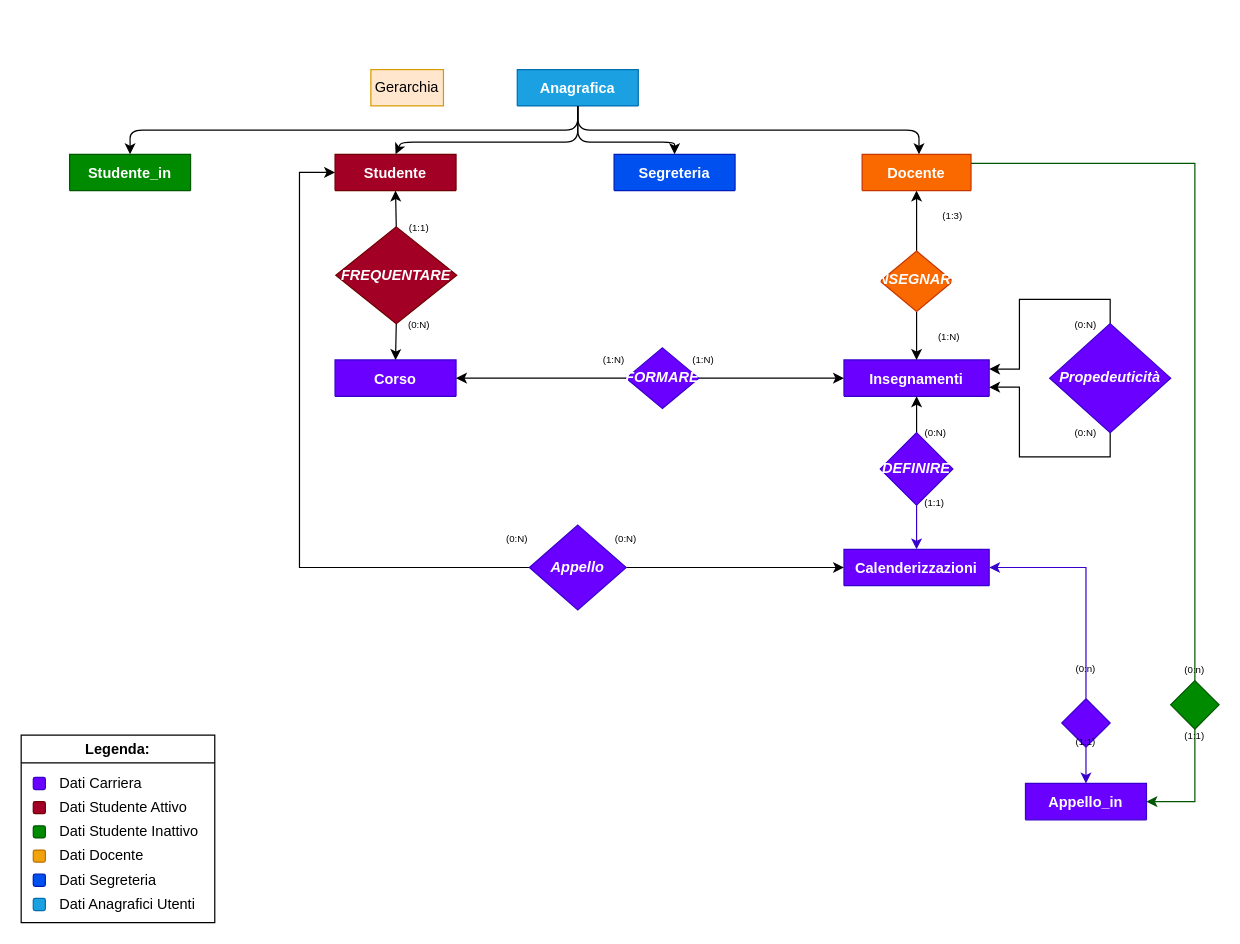
SirFuryy/BDLAB keeps this draw.io diagram as Diagramma E-R BDLAB.drawio. Above is the earlier version. Source tidied: cells renumbered, new cells numbered last; positions are measured from the earlier drawing's top-left corner, leaving out a move shared by most shapes. Both pictures are drawn from the tidied source at 121%, with x=0, y=0 at pixel (21, 69).
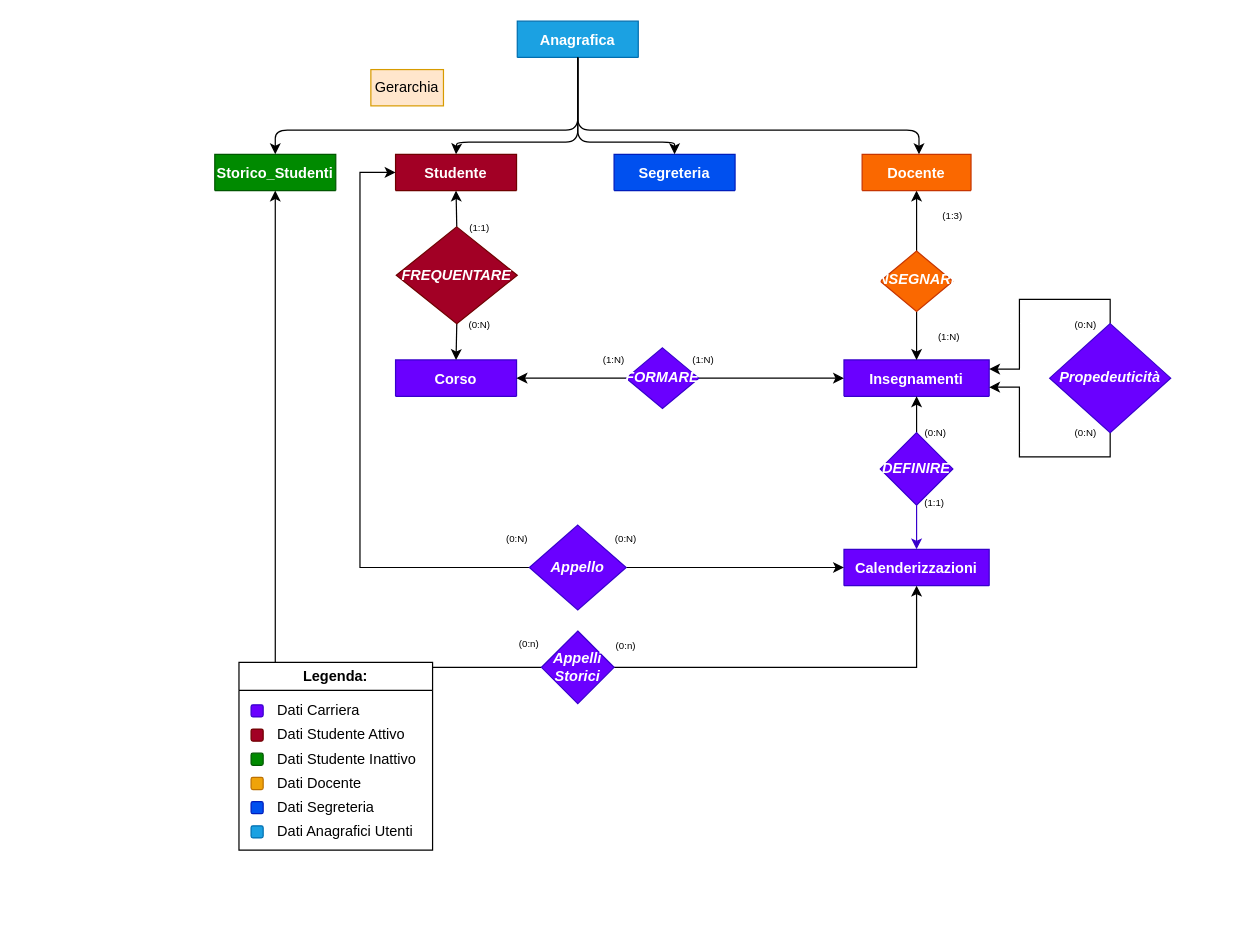
The same diagram, later.

The change refers to these unchanged cells:
```xml
<mxCell id="18" value="Calenderizzazioni" style="shape=table;startSize=30;childLayout=tableLayout;rowLines=0;fontStyle=1;align=center;fillColor=#6a00ff;fontColor=#ffffff;strokeColor=#3700CC;" parent="1" vertex="1" collapsed="1">
  <mxGeometry x="680" y="396.5" width="120" height="30" as="geometry" />
</mxCell>
<mxCell id="24" value="Appello" style="rhombus;whiteSpace=wrap;html=1;fillColor=#6a00ff;fontColor=#ffffff;strokeColor=#3700CC;fontStyle=3;" parent="1" vertex="1">
  <mxGeometry x="420" y="376.5" width="80" height="70" as="geometry" />
</mxCell>
<mxCell id="62" value="Docente" style="shape=table;startSize=30;childLayout=tableLayout;rowLines=0;fontStyle=1;align=center;fillColor=#fa6800;strokeColor=#C73500;fontColor=#FFFFFF;swimlaneFillColor=none;" parent="1" vertex="1" collapsed="1">
  <mxGeometry x="695" y="70" width="90" height="30" as="geometry" />
</mxCell>
```

What changed in the source:
```diff
@@
     <mxCell id="2" value="Anagrafica" style="shape=table;startSize=30;childLayout=tableLayout;rowLines=0;fontStyle=1;align=center;fillColor=#1ba1e2;fontColor=#ffffff;strokeColor=#006EAF;" parent="1" vertex="1" collapsed="1">
-      <mxGeometry x="410" width="100" height="30" as="geometry" />
+      <mxGeometry x="410" y="-40" width="100" height="30" as="geometry" />
     </mxCell>
     <mxCell id="3" value="Studente" style="shape=table;startSize=30;childLayout=tableLayout;rowLines=0;fontStyle=1;align=center;fillColor=#a20025;fontColor=#ffffff;strokeColor=#6F0000;swimlaneFillColor=default;" parent="1" vertex="1" collapsed="1">
-      <mxGeometry x="259.4" y="70" width="100" height="30" as="geometry" />
+      <mxGeometry x="309.4" y="70" width="100" height="30" as="geometry" />
     </mxCell>
     <mxCell id="4" value="Corso" style="shape=table;startSize=30;childLayout=tableLayout;rowLines=0;fontStyle=1;align=center;fillColor=#6a00ff;fontColor=#ffffff;strokeColor=#3700CC;" parent="1" vertex="1" collapsed="1">
-      <mxGeometry x="259.4" y="240" width="100" height="30" as="geometry" />
+      <mxGeometry x="309.4" y="240" width="100" height="30" as="geometry" />
     </mxCell>
@@
     <mxCell id="17" value="FREQUENTARE" style="rhombus;whiteSpace=wrap;html=1;fillColor=#a20025;fontColor=#ffffff;strokeColor=#6F0000;fontStyle=3;" parent="1" vertex="1">
-      <mxGeometry x="260" y="130" width="100" height="80" as="geometry" />
+      <mxGeometry x="310" y="130" width="100" height="80" as="geometry" />
     </mxCell>
@@
     <mxCell id="23" style="edgeStyle=orthogonalEdgeStyle;rounded=0;jettySize=auto;html=1;exitX=0;exitY=0.5;exitDx=0;exitDy=0;entryX=0;entryY=0.5;entryDx=0;entryDy=0;" parent="1" edge="1" source="24" target="3">
       <mxGeometry relative="1" as="geometry">
         <Array as="points">
-          <mxPoint x="230" y="412" />
-          <mxPoint x="230" y="85" />
+          <mxPoint x="280" y="412" />
+          <mxPoint x="280" y="85" />
         </Array>
       </mxGeometry>
     </mxCell>
@@
-    <mxCell id="25" value="Appello_in" style="shape=table;startSize=30;childLayout=tableLayout;rowLines=0;fontStyle=1;align=center;fillColor=#6a00ff;fontColor=#ffffff;strokeColor=#3700CC;" parent="1" vertex="1" collapsed="1">
-      <mxGeometry x="830" y="590" width="100" height="30" as="geometry" />
-    </mxCell>
-    <mxCell id="26" value="Studente_in" style="shape=table;startSize=30;childLayout=tableLayout;rowLines=0;fontStyle=1;align=center;fillColor=#008a00;fontColor=#ffffff;strokeColor=#005700;" parent="1" vertex="1" collapsed="1">
-      <mxGeometry x="40" y="70" width="100" height="30" as="geometry" />
+    <mxCell id="26" value="Storico_Studenti" style="shape=table;startSize=30;childLayout=tableLayout;rowLines=0;fontStyle=1;align=center;fillColor=#008a00;fontColor=#ffffff;strokeColor=#005700;" parent="1" vertex="1" collapsed="1">
+      <mxGeometry x="160" y="70" width="100" height="30" as="geometry" />
     </mxCell>
+    <mxCell id="70" style="edgeStyle=orthogonalEdgeStyle;rounded=0;jettySize=auto;html=1;exitX=0;exitY=0.5;exitDx=0;exitDy=0;entryX=0.5;entryY=1;entryDx=0;entryDy=0;" parent="1" edge="1" source="29" target="26">
+      <mxGeometry relative="1" as="geometry" />
+    </mxCell>
-    <mxCell id="27" style="edgeStyle=orthogonalEdgeStyle;rounded=0;jettySize=auto;html=1;exitX=0.5;exitY=0;exitDx=0;exitDy=0;entryX=1;entryY=0.5;entryDx=0;entryDy=0;fillColor=#6a00ff;strokeColor=#3700CC;" parent="1" edge="1" source="29" target="18">
+    <mxCell id="27" style="edgeStyle=orthogonalEdgeStyle;rounded=0;jettySize=auto;html=1;exitX=1;exitY=0.5;exitDx=0;exitDy=0;entryX=0.5;entryY=1;entryDx=0;entryDy=0;" parent="1" edge="1" source="29" target="18">
       <mxGeometry relative="1" as="geometry" />
     </mxCell>
-    <mxCell id="28" style="edgeStyle=orthogonalEdgeStyle;rounded=0;jettySize=auto;html=1;exitX=0.5;exitY=1;exitDx=0;exitDy=0;entryX=0.5;entryY=0;entryDx=0;entryDy=0;fillColor=#6a00ff;strokeColor=#3700CC;" parent="1" edge="1" source="29" target="25">
-      <mxGeometry relative="1" as="geometry" />
-    </mxCell>
-    <mxCell id="29" style="rhombus;whiteSpace=wrap;html=1;fillColor=#6a00ff;fontColor=#ffffff;strokeColor=#3700CC;" parent="1" vertex="1">
-      <mxGeometry x="860" y="520" width="40" height="40" as="geometry" />
+    <mxCell id="29" value="Appelli Storici" style="rhombus;whiteSpace=wrap;html=1;fillColor=#6a00ff;fontColor=#ffffff;strokeColor=#3700CC;fontStyle=3;" parent="1" vertex="1">
+      <mxGeometry x="430" y="464" width="60" height="60" as="geometry" />
     </mxCell>
-    <mxCell id="30" style="edgeStyle=orthogonalEdgeStyle;rounded=0;jettySize=auto;html=1;exitX=0.5;exitY=1;exitDx=0;exitDy=0;entryX=1;entryY=0.5;entryDx=0;entryDy=0;fillColor=#008a00;strokeColor=#005700;" parent="1" edge="1" source="31" target="25">
-      <mxGeometry relative="1" as="geometry" />
-    </mxCell>
-    <mxCell id="31" style="rhombus;whiteSpace=wrap;html=1;fillColor=#008a00;fontColor=#ffffff;strokeColor=#005700;" parent="1" vertex="1">
-      <mxGeometry x="950" y="505" width="40" height="40" as="geometry" />
-    </mxCell>
@@
     <mxCell id="38" value="&lt;font style=&quot;font-size: 8px;&quot;&gt;(1:1)&lt;/font&gt;" style="text;html=1;strokeColor=none;fillColor=none;align=center;verticalAlign=middle;whiteSpace=wrap;rounded=0;" parent="1" vertex="1">
-      <mxGeometry x="309" y="120" width="40" height="20" as="geometry" />
+      <mxGeometry x="359" y="120" width="40" height="20" as="geometry" />
     </mxCell>
     <mxCell id="39" value="&lt;font style=&quot;font-size: 8px;&quot;&gt;(0:N)&lt;/font&gt;" style="text;html=1;strokeColor=none;fillColor=none;align=center;verticalAlign=middle;whiteSpace=wrap;rounded=0;" parent="1" vertex="1">
-      <mxGeometry x="309" y="200" width="40" height="20" as="geometry" />
+      <mxGeometry x="359" y="200" width="40" height="20" as="geometry" />
     </mxCell>
     <mxCell id="40" value="Legenda:" style="swimlane;whiteSpace=wrap;html=1;" parent="1" vertex="1">
-      <mxGeometry y="550" width="160" height="155" as="geometry" />
+      <mxGeometry x="180" y="490" width="160" height="155" as="geometry" />
     </mxCell>
@@
     <mxCell id="56" value="&lt;font style=&quot;font-size: 8px;&quot;&gt;(0:n)&lt;/font&gt;" style="text;html=1;strokeColor=none;fillColor=none;align=center;verticalAlign=middle;whiteSpace=wrap;rounded=0;" parent="1" vertex="1">
-      <mxGeometry x="860" y="484" width="40" height="20" as="geometry" />
+      <mxGeometry x="480" y="465" width="40" height="20" as="geometry" />
     </mxCell>
-    <mxCell id="57" value="&lt;div&gt;&lt;font style=&quot;font-size: 8px;&quot;&gt;(1:1)&lt;/font&gt;&lt;/div&gt;" style="text;html=1;strokeColor=none;fillColor=none;align=center;verticalAlign=middle;whiteSpace=wrap;rounded=0;" parent="1" vertex="1">
-      <mxGeometry x="860" y="545" width="40" height="20" as="geometry" />
-    </mxCell>
@@
     <mxCell id="59" value="&lt;font style=&quot;font-size: 8px;&quot;&gt;(0:n)&lt;/font&gt;" style="text;html=1;strokeColor=none;fillColor=none;align=center;verticalAlign=middle;whiteSpace=wrap;rounded=0;" parent="1" vertex="1">
-      <mxGeometry x="950" y="485" width="40" height="20" as="geometry" />
+      <mxGeometry x="400" y="464" width="40" height="20" as="geometry" />
     </mxCell>
-    <mxCell id="60" value="&lt;font style=&quot;font-size: 8px;&quot;&gt;(1:1)&lt;/font&gt;" style="text;html=1;strokeColor=none;fillColor=none;align=center;verticalAlign=middle;whiteSpace=wrap;rounded=0;" parent="1" vertex="1">
-      <mxGeometry x="950" y="540" width="40" height="20" as="geometry" />
-    </mxCell>
@@
-    <mxCell id="63" style="edgeStyle=orthogonalEdgeStyle;rounded=0;jettySize=auto;html=1;exitX=0.5;exitY=0;exitDx=0;exitDy=0;entryX=1;entryY=0.25;entryDx=0;entryDy=0;fillColor=#008a00;strokeColor=#005700;endArrow=none;" parent="1" edge="1" source="31" target="62">
-      <mxGeometry relative="1" as="geometry" />
-    </mxCell>
     <mxCell id="64" style="endArrow=classic;html=1;entryX=0.5;entryY=0;entryDx=0;entryDy=0;exitX=0.5;exitY=1;exitDx=0;exitDy=0;" parent="1" edge="1" source="2" target="26">
       <mxGeometry relative="1" as="geometry">
         <Array as="points">
           <mxPoint x="460" y="50" />
-          <mxPoint x="90" y="50" />
+          <mxPoint x="210" y="50" />
         </Array>
       </mxGeometry>
     </mxCell>
     <mxCell id="65" style="endArrow=classic;html=1;exitX=0.5;exitY=1;exitDx=0;exitDy=0;entryX=0.5;entryY=0;entryDx=0;entryDy=0;" parent="1" edge="1" source="2" target="3">
       <mxGeometry relative="1" as="geometry">
         <Array as="points">
           <mxPoint x="460" y="60" />
-          <mxPoint x="314" y="60" />
+          <mxPoint x="360" y="60" />
         </Array>
       </mxGeometry>
     </mxCell>
```
